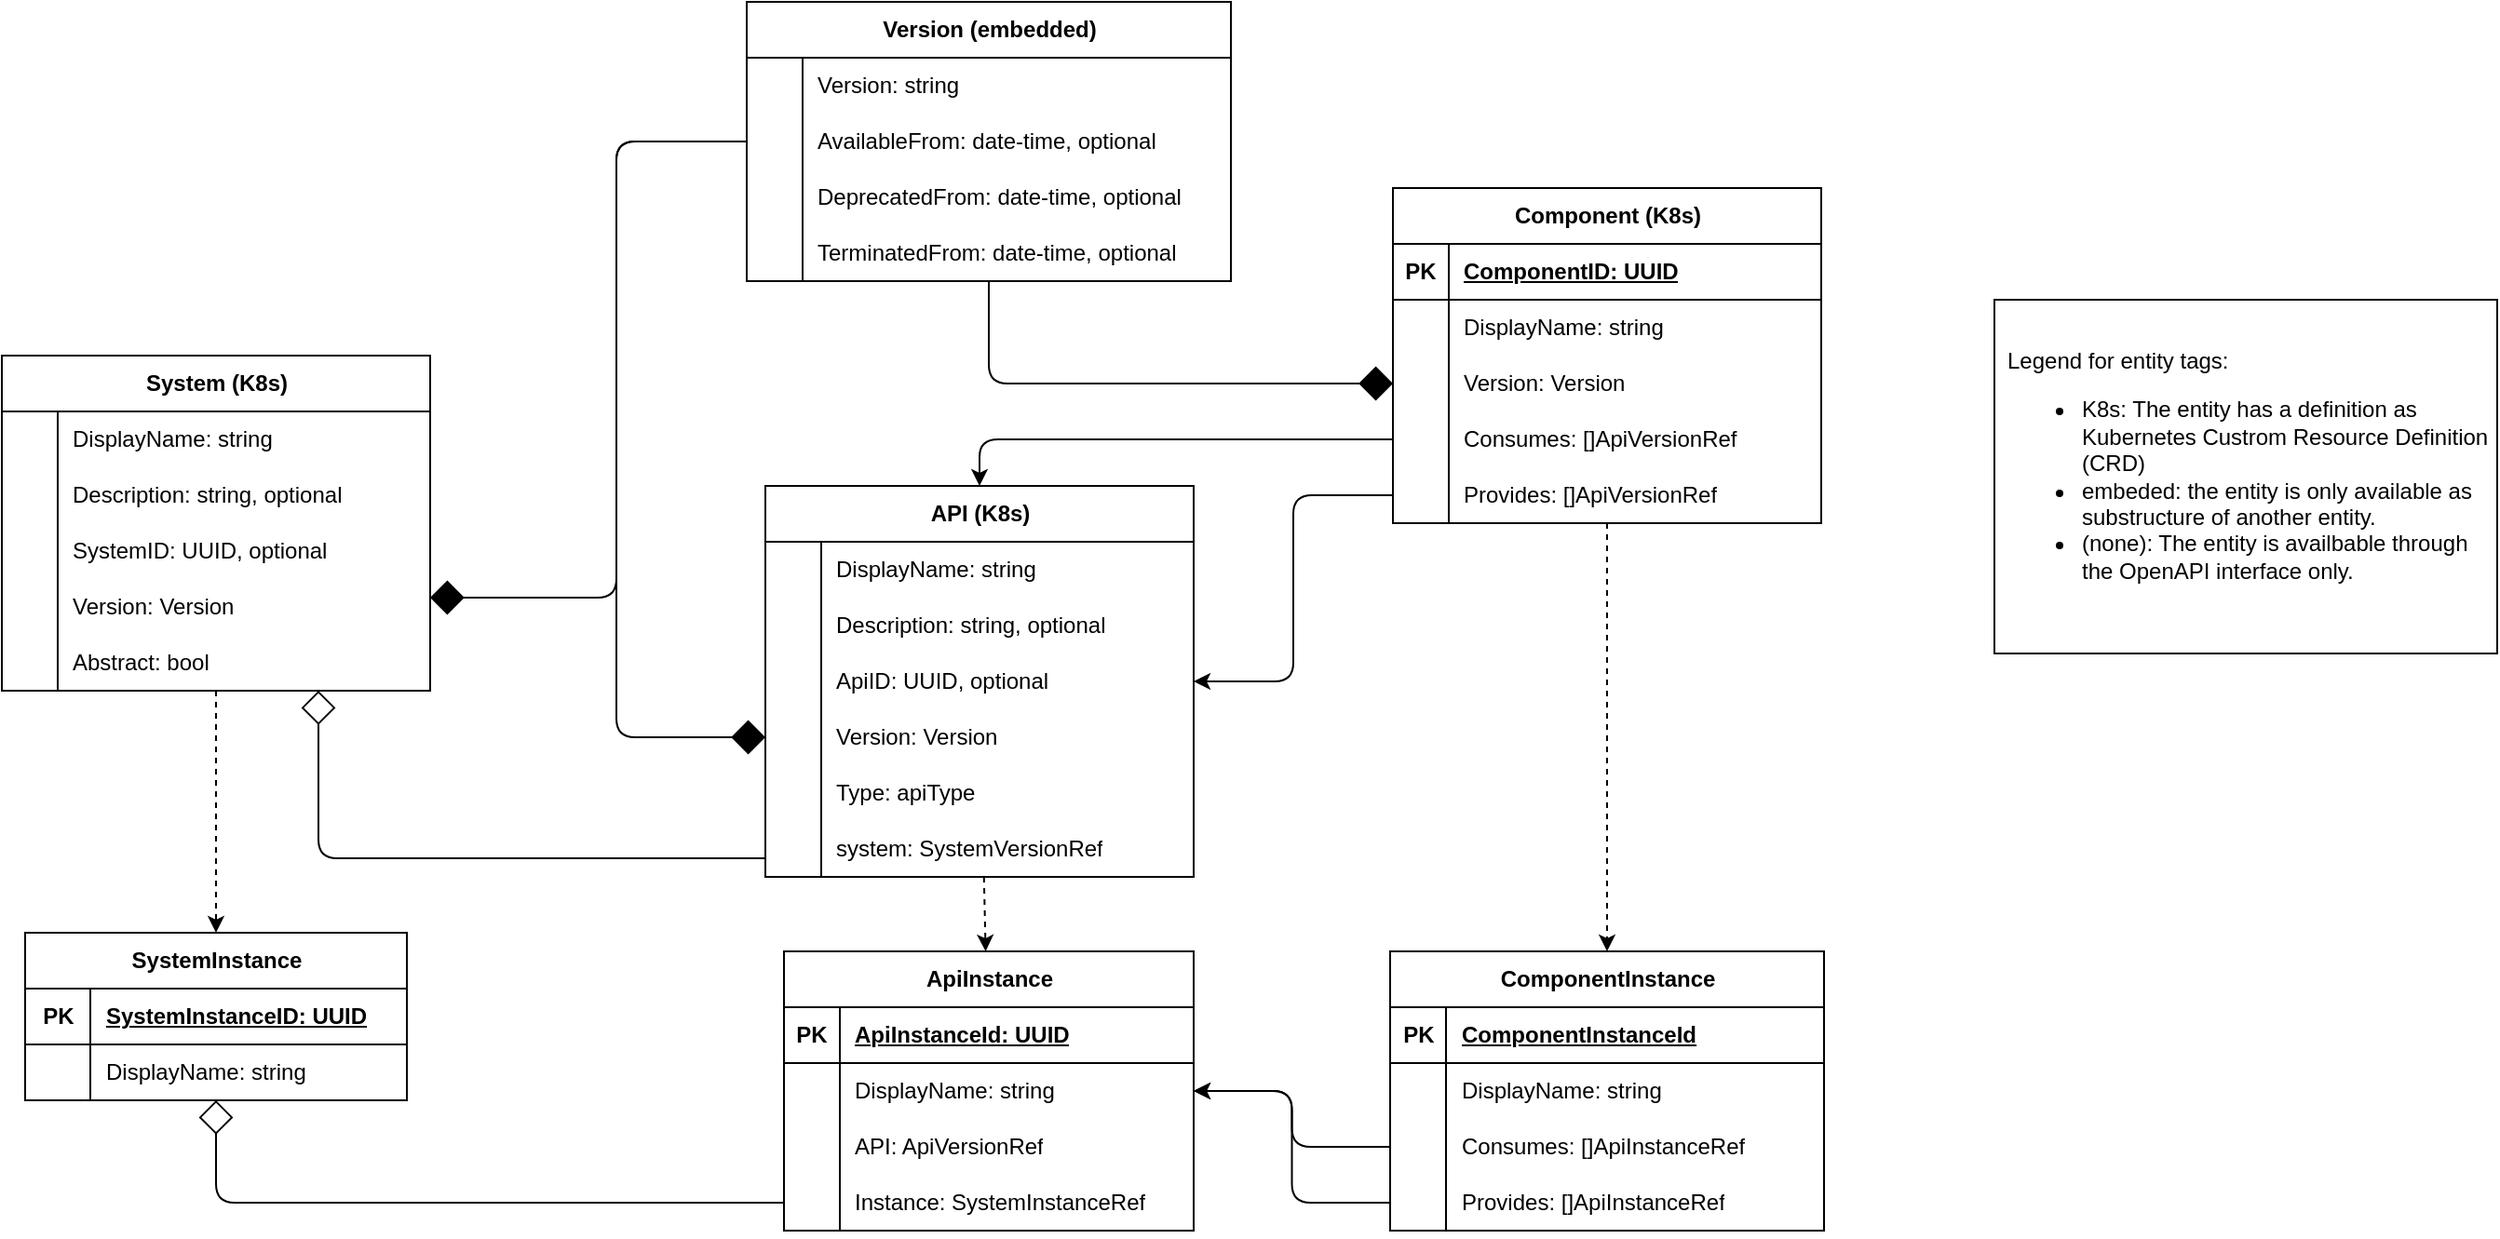
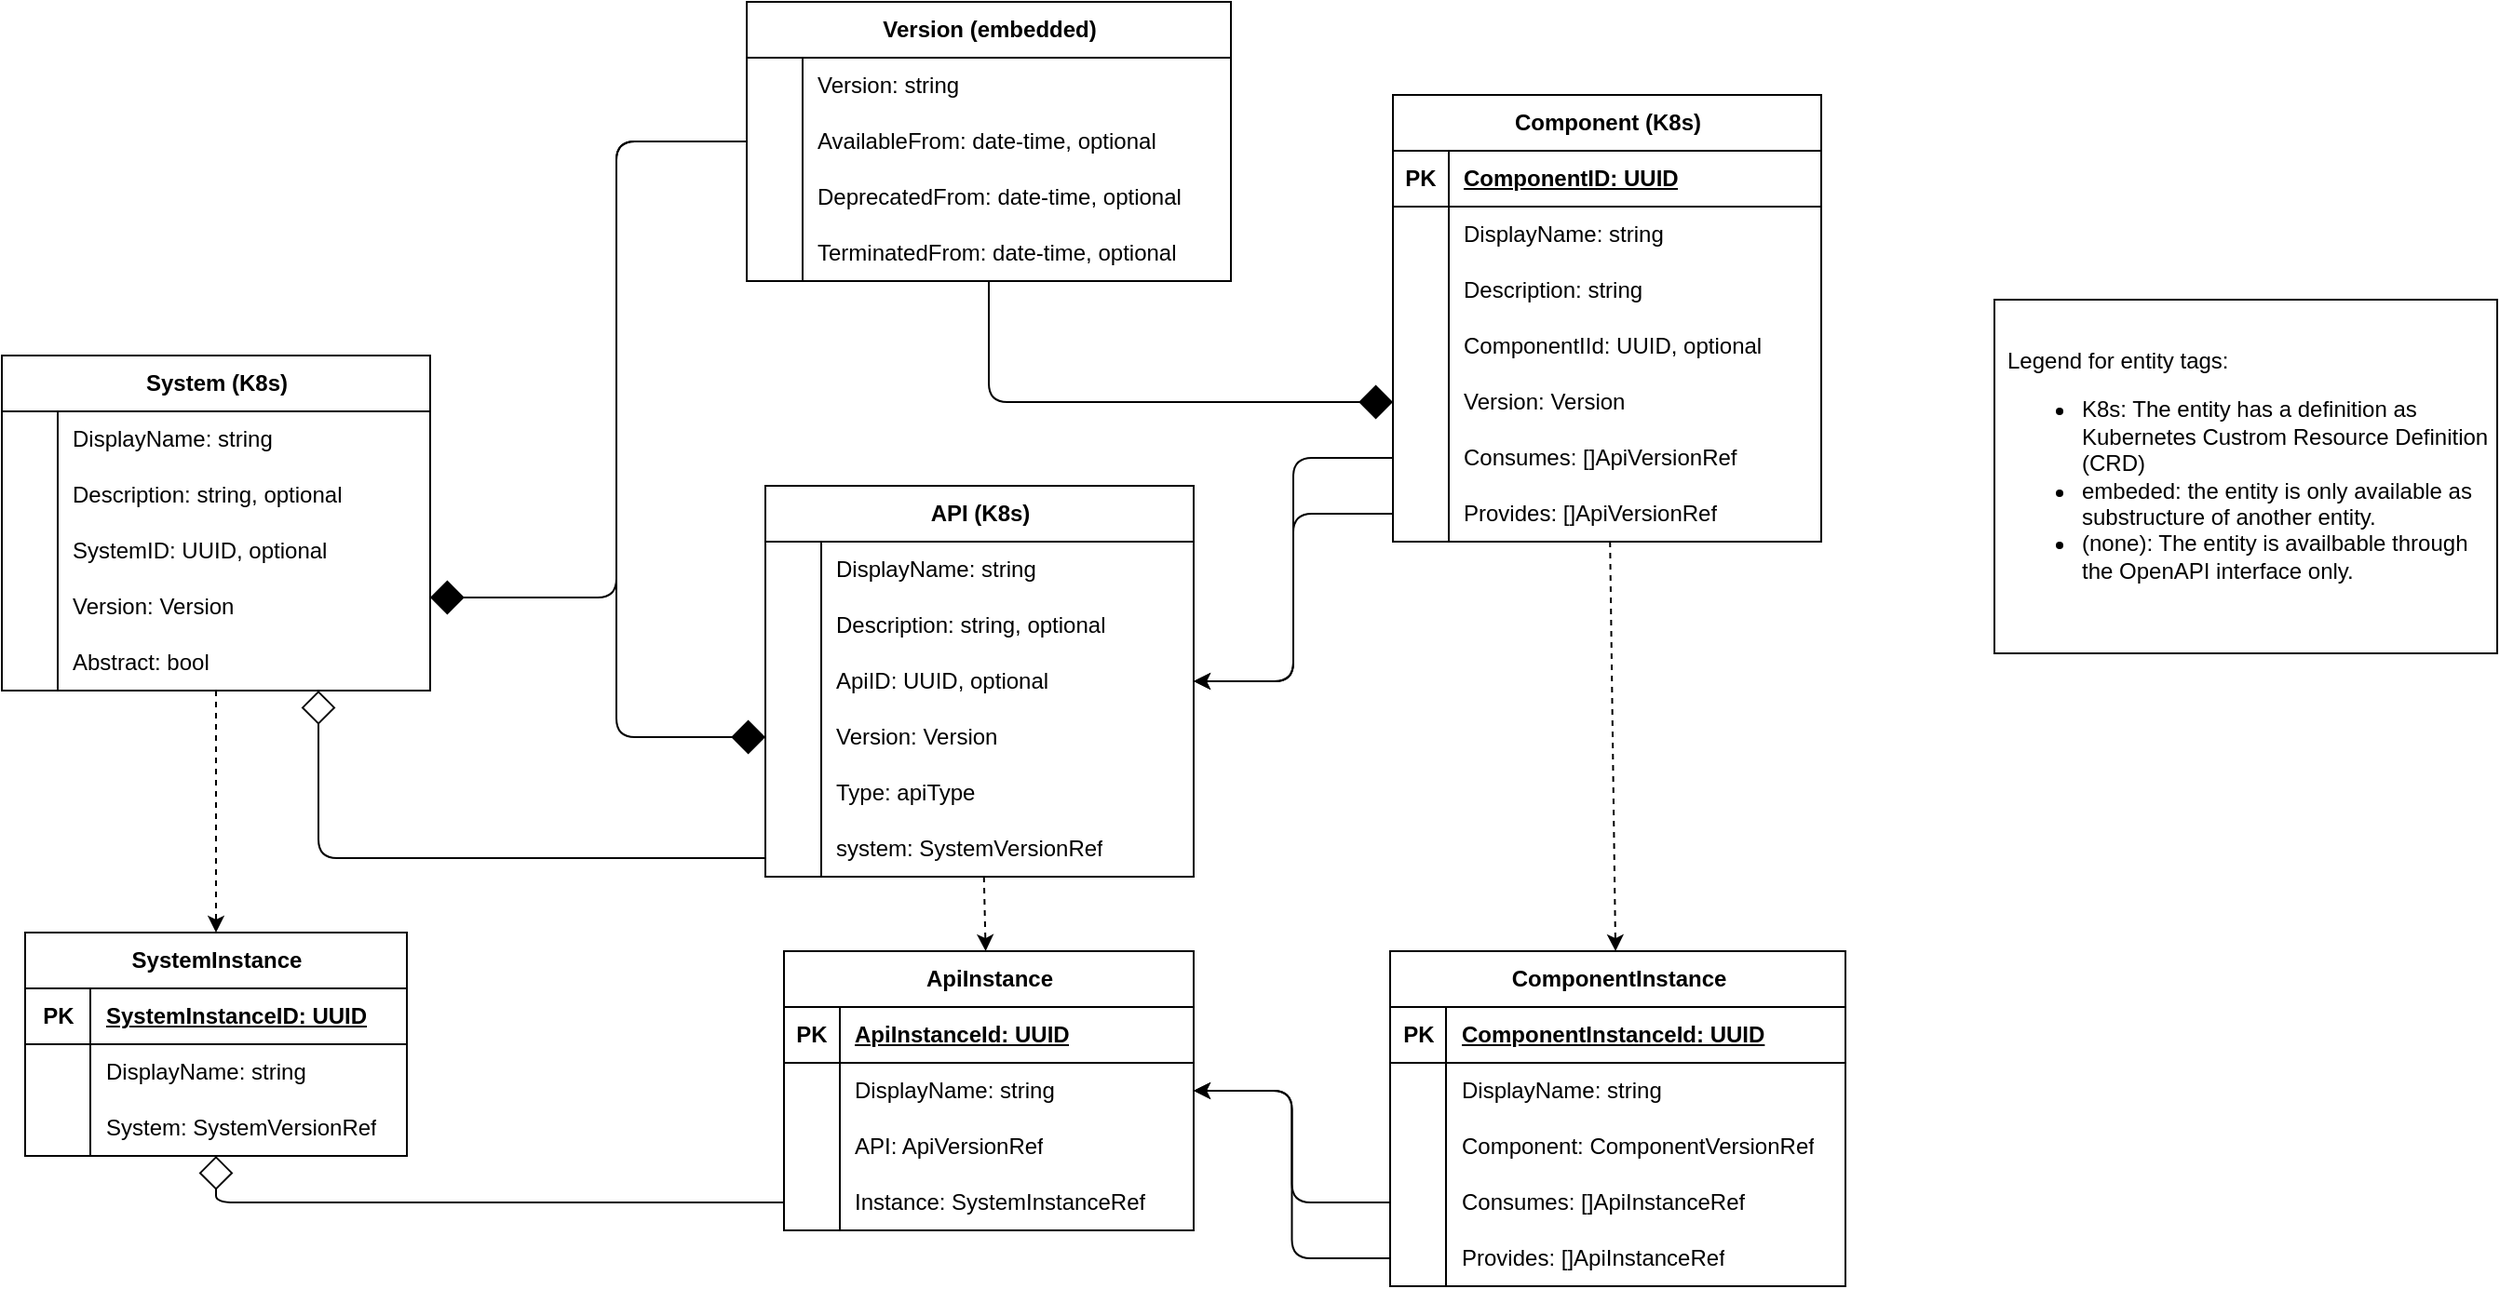
<mxfile host="65bd71144e">
    <diagram id="egGxFhZj15wtIb_rM2Mn" name="Phase 1">
        <mxGraphModel dx="2337" dy="1698" grid="1" gridSize="10" guides="1" tooltips="1" connect="1" arrows="1" fold="1" page="1" pageScale="1" pageWidth="827" pageHeight="1169" math="0" shadow="0">
            <root>
                <mxCell id="0"/>
                <mxCell id="1" parent="0"/>
                <mxCell id="129" style="edgeStyle=none;html=1;dashed=1;" edge="1" parent="1" source="2" target="107">
                    <mxGeometry relative="1" as="geometry"/>
                </mxCell>
                <mxCell id="2" value="System (K8s)" style="shape=table;startSize=30;container=1;collapsible=1;childLayout=tableLayout;fixedRows=1;rowLines=0;fontStyle=1;align=center;resizeLast=1;html=1;" vertex="1" parent="1">
                    <mxGeometry x="-100" y="60" width="230" height="180" as="geometry"/>
                </mxCell>
                <mxCell id="6" value="" style="shape=tableRow;horizontal=0;startSize=0;swimlaneHead=0;swimlaneBody=0;fillColor=none;collapsible=0;dropTarget=0;points=[[0,0.5],[1,0.5]];portConstraint=eastwest;top=0;left=0;right=0;bottom=0;" vertex="1" parent="2">
                    <mxGeometry y="30" width="230" height="30" as="geometry"/>
                </mxCell>
                <mxCell id="7" value="" style="shape=partialRectangle;connectable=0;fillColor=none;top=0;left=0;bottom=0;right=0;editable=1;overflow=hidden;whiteSpace=wrap;html=1;" vertex="1" parent="6">
                    <mxGeometry width="30" height="30" as="geometry">
                        <mxRectangle width="30" height="30" as="alternateBounds"/>
                    </mxGeometry>
                </mxCell>
                <mxCell id="8" value="DisplayName: string" style="shape=partialRectangle;connectable=0;fillColor=none;top=0;left=0;bottom=0;right=0;align=left;spacingLeft=6;overflow=hidden;whiteSpace=wrap;html=1;" vertex="1" parent="6">
                    <mxGeometry x="30" width="200" height="30" as="geometry">
                        <mxRectangle width="200" height="30" as="alternateBounds"/>
                    </mxGeometry>
                </mxCell>
                <mxCell id="151" style="shape=tableRow;horizontal=0;startSize=0;swimlaneHead=0;swimlaneBody=0;fillColor=none;collapsible=0;dropTarget=0;points=[[0,0.5],[1,0.5]];portConstraint=eastwest;top=0;left=0;right=0;bottom=0;" vertex="1" parent="2">
                    <mxGeometry y="60" width="230" height="30" as="geometry"/>
                </mxCell>
                <mxCell id="152" style="shape=partialRectangle;connectable=0;fillColor=none;top=0;left=0;bottom=0;right=0;editable=1;overflow=hidden;whiteSpace=wrap;html=1;" vertex="1" parent="151">
                    <mxGeometry width="30" height="30" as="geometry">
                        <mxRectangle width="30" height="30" as="alternateBounds"/>
                    </mxGeometry>
                </mxCell>
                <mxCell id="153" value="Description: string, optional" style="shape=partialRectangle;connectable=0;fillColor=none;top=0;left=0;bottom=0;right=0;align=left;spacingLeft=6;overflow=hidden;whiteSpace=wrap;html=1;" vertex="1" parent="151">
                    <mxGeometry x="30" width="200" height="30" as="geometry">
                        <mxRectangle width="200" height="30" as="alternateBounds"/>
                    </mxGeometry>
                </mxCell>
                <mxCell id="123" style="shape=tableRow;horizontal=0;startSize=0;swimlaneHead=0;swimlaneBody=0;fillColor=none;collapsible=0;dropTarget=0;points=[[0,0.5],[1,0.5]];portConstraint=eastwest;top=0;left=0;right=0;bottom=0;" vertex="1" parent="2">
                    <mxGeometry y="90" width="230" height="30" as="geometry"/>
                </mxCell>
                <mxCell id="124" style="shape=partialRectangle;connectable=0;fillColor=none;top=0;left=0;bottom=0;right=0;editable=1;overflow=hidden;whiteSpace=wrap;html=1;" vertex="1" parent="123">
                    <mxGeometry width="30" height="30" as="geometry">
                        <mxRectangle width="30" height="30" as="alternateBounds"/>
                    </mxGeometry>
                </mxCell>
                <mxCell id="125" value="SystemID: UUID, optional" style="shape=partialRectangle;connectable=0;fillColor=none;top=0;left=0;bottom=0;right=0;align=left;spacingLeft=6;overflow=hidden;whiteSpace=wrap;html=1;" vertex="1" parent="123">
                    <mxGeometry x="30" width="200" height="30" as="geometry">
                        <mxRectangle width="200" height="30" as="alternateBounds"/>
                    </mxGeometry>
                </mxCell>
                <mxCell id="94" style="shape=tableRow;horizontal=0;startSize=0;swimlaneHead=0;swimlaneBody=0;fillColor=none;collapsible=0;dropTarget=0;points=[[0,0.5],[1,0.5]];portConstraint=eastwest;top=0;left=0;right=0;bottom=0;" vertex="1" parent="2">
                    <mxGeometry y="120" width="230" height="30" as="geometry"/>
                </mxCell>
                <mxCell id="95" style="shape=partialRectangle;connectable=0;fillColor=none;top=0;left=0;bottom=0;right=0;editable=1;overflow=hidden;whiteSpace=wrap;html=1;" vertex="1" parent="94">
                    <mxGeometry width="30" height="30" as="geometry">
                        <mxRectangle width="30" height="30" as="alternateBounds"/>
                    </mxGeometry>
                </mxCell>
                <mxCell id="96" value="Version: Version" style="shape=partialRectangle;connectable=0;fillColor=none;top=0;left=0;bottom=0;right=0;align=left;spacingLeft=6;overflow=hidden;whiteSpace=wrap;html=1;" vertex="1" parent="94">
                    <mxGeometry x="30" width="200" height="30" as="geometry">
                        <mxRectangle width="200" height="30" as="alternateBounds"/>
                    </mxGeometry>
                </mxCell>
                <mxCell id="157" style="shape=tableRow;horizontal=0;startSize=0;swimlaneHead=0;swimlaneBody=0;fillColor=none;collapsible=0;dropTarget=0;points=[[0,0.5],[1,0.5]];portConstraint=eastwest;top=0;left=0;right=0;bottom=0;" vertex="1" parent="2">
                    <mxGeometry y="150" width="230" height="30" as="geometry"/>
                </mxCell>
                <mxCell id="158" style="shape=partialRectangle;connectable=0;fillColor=none;top=0;left=0;bottom=0;right=0;editable=1;overflow=hidden;whiteSpace=wrap;html=1;" vertex="1" parent="157">
                    <mxGeometry width="30" height="30" as="geometry">
                        <mxRectangle width="30" height="30" as="alternateBounds"/>
                    </mxGeometry>
                </mxCell>
                <mxCell id="159" value="Abstract: bool" style="shape=partialRectangle;connectable=0;fillColor=none;top=0;left=0;bottom=0;right=0;align=left;spacingLeft=6;overflow=hidden;whiteSpace=wrap;html=1;" vertex="1" parent="157">
                    <mxGeometry x="30" width="200" height="30" as="geometry">
                        <mxRectangle width="200" height="30" as="alternateBounds"/>
                    </mxGeometry>
                </mxCell>
                <mxCell id="99" style="edgeStyle=none;html=1;dashed=1;" edge="1" parent="1" source="30" target="44">
                    <mxGeometry relative="1" as="geometry"/>
                </mxCell>
                <mxCell id="30" value="API (K8s)" style="shape=table;startSize=30;container=1;collapsible=1;childLayout=tableLayout;fixedRows=1;rowLines=0;fontStyle=1;align=center;resizeLast=1;html=1;" vertex="1" parent="1">
                    <mxGeometry x="310" y="130" width="230" height="210" as="geometry"/>
                </mxCell>
                <mxCell id="34" value="" style="shape=tableRow;horizontal=0;startSize=0;swimlaneHead=0;swimlaneBody=0;fillColor=none;collapsible=0;dropTarget=0;points=[[0,0.5],[1,0.5]];portConstraint=eastwest;top=0;left=0;right=0;bottom=0;" vertex="1" parent="30">
                    <mxGeometry y="30" width="230" height="30" as="geometry"/>
                </mxCell>
                <mxCell id="35" value="" style="shape=partialRectangle;connectable=0;fillColor=none;top=0;left=0;bottom=0;right=0;editable=1;overflow=hidden;whiteSpace=wrap;html=1;" vertex="1" parent="34">
                    <mxGeometry width="30" height="30" as="geometry">
                        <mxRectangle width="30" height="30" as="alternateBounds"/>
                    </mxGeometry>
                </mxCell>
                <mxCell id="36" value="DisplayName: string" style="shape=partialRectangle;connectable=0;fillColor=none;top=0;left=0;bottom=0;right=0;align=left;spacingLeft=6;overflow=hidden;whiteSpace=wrap;html=1;" vertex="1" parent="34">
                    <mxGeometry x="30" width="200" height="30" as="geometry">
                        <mxRectangle width="200" height="30" as="alternateBounds"/>
                    </mxGeometry>
                </mxCell>
                <mxCell id="154" style="shape=tableRow;horizontal=0;startSize=0;swimlaneHead=0;swimlaneBody=0;fillColor=none;collapsible=0;dropTarget=0;points=[[0,0.5],[1,0.5]];portConstraint=eastwest;top=0;left=0;right=0;bottom=0;" vertex="1" parent="30">
                    <mxGeometry y="60" width="230" height="30" as="geometry"/>
                </mxCell>
                <mxCell id="155" style="shape=partialRectangle;connectable=0;fillColor=none;top=0;left=0;bottom=0;right=0;editable=1;overflow=hidden;whiteSpace=wrap;html=1;" vertex="1" parent="154">
                    <mxGeometry width="30" height="30" as="geometry">
                        <mxRectangle width="30" height="30" as="alternateBounds"/>
                    </mxGeometry>
                </mxCell>
                <mxCell id="156" value="Description: string, optional" style="shape=partialRectangle;connectable=0;fillColor=none;top=0;left=0;bottom=0;right=0;align=left;spacingLeft=6;overflow=hidden;whiteSpace=wrap;html=1;" vertex="1" parent="154">
                    <mxGeometry x="30" width="200" height="30" as="geometry">
                        <mxRectangle width="200" height="30" as="alternateBounds"/>
                    </mxGeometry>
                </mxCell>
                <mxCell id="126" style="shape=tableRow;horizontal=0;startSize=0;swimlaneHead=0;swimlaneBody=0;fillColor=none;collapsible=0;dropTarget=0;points=[[0,0.5],[1,0.5]];portConstraint=eastwest;top=0;left=0;right=0;bottom=0;" vertex="1" parent="30">
                    <mxGeometry y="90" width="230" height="30" as="geometry"/>
                </mxCell>
                <mxCell id="127" style="shape=partialRectangle;connectable=0;fillColor=none;top=0;left=0;bottom=0;right=0;editable=1;overflow=hidden;whiteSpace=wrap;html=1;" vertex="1" parent="126">
                    <mxGeometry width="30" height="30" as="geometry">
                        <mxRectangle width="30" height="30" as="alternateBounds"/>
                    </mxGeometry>
                </mxCell>
                <mxCell id="128" value="ApiID: UUID, optional" style="shape=partialRectangle;connectable=0;fillColor=none;top=0;left=0;bottom=0;right=0;align=left;spacingLeft=6;overflow=hidden;whiteSpace=wrap;html=1;" vertex="1" parent="126">
                    <mxGeometry x="30" width="200" height="30" as="geometry">
                        <mxRectangle width="200" height="30" as="alternateBounds"/>
                    </mxGeometry>
                </mxCell>
                <mxCell id="89" style="shape=tableRow;horizontal=0;startSize=0;swimlaneHead=0;swimlaneBody=0;fillColor=none;collapsible=0;dropTarget=0;points=[[0,0.5],[1,0.5]];portConstraint=eastwest;top=0;left=0;right=0;bottom=0;" vertex="1" parent="30">
                    <mxGeometry y="120" width="230" height="30" as="geometry"/>
                </mxCell>
                <mxCell id="90" style="shape=partialRectangle;connectable=0;fillColor=none;top=0;left=0;bottom=0;right=0;editable=1;overflow=hidden;whiteSpace=wrap;html=1;" vertex="1" parent="89">
                    <mxGeometry width="30" height="30" as="geometry">
                        <mxRectangle width="30" height="30" as="alternateBounds"/>
                    </mxGeometry>
                </mxCell>
                <mxCell id="91" value="Version: Version" style="shape=partialRectangle;connectable=0;fillColor=none;top=0;left=0;bottom=0;right=0;align=left;spacingLeft=6;overflow=hidden;whiteSpace=wrap;html=1;" vertex="1" parent="89">
                    <mxGeometry x="30" width="200" height="30" as="geometry">
                        <mxRectangle width="200" height="30" as="alternateBounds"/>
                    </mxGeometry>
                </mxCell>
                <mxCell id="37" value="" style="shape=tableRow;horizontal=0;startSize=0;swimlaneHead=0;swimlaneBody=0;fillColor=none;collapsible=0;dropTarget=0;points=[[0,0.5],[1,0.5]];portConstraint=eastwest;top=0;left=0;right=0;bottom=0;" vertex="1" parent="30">
                    <mxGeometry y="150" width="230" height="30" as="geometry"/>
                </mxCell>
                <mxCell id="38" value="" style="shape=partialRectangle;connectable=0;fillColor=none;top=0;left=0;bottom=0;right=0;editable=1;overflow=hidden;whiteSpace=wrap;html=1;" vertex="1" parent="37">
                    <mxGeometry width="30" height="30" as="geometry">
                        <mxRectangle width="30" height="30" as="alternateBounds"/>
                    </mxGeometry>
                </mxCell>
                <mxCell id="39" value="Type: apiType" style="shape=partialRectangle;connectable=0;fillColor=none;top=0;left=0;bottom=0;right=0;align=left;spacingLeft=6;overflow=hidden;whiteSpace=wrap;html=1;" vertex="1" parent="37">
                    <mxGeometry x="30" width="200" height="30" as="geometry">
                        <mxRectangle width="200" height="30" as="alternateBounds"/>
                    </mxGeometry>
                </mxCell>
                <mxCell id="40" value="" style="shape=tableRow;horizontal=0;startSize=0;swimlaneHead=0;swimlaneBody=0;fillColor=none;collapsible=0;dropTarget=0;points=[[0,0.5],[1,0.5]];portConstraint=eastwest;top=0;left=0;right=0;bottom=0;" vertex="1" parent="30">
                    <mxGeometry y="180" width="230" height="30" as="geometry"/>
                </mxCell>
                <mxCell id="41" value="" style="shape=partialRectangle;connectable=0;fillColor=none;top=0;left=0;bottom=0;right=0;editable=1;overflow=hidden;whiteSpace=wrap;html=1;" vertex="1" parent="40">
                    <mxGeometry width="30" height="30" as="geometry">
                        <mxRectangle width="30" height="30" as="alternateBounds"/>
                    </mxGeometry>
                </mxCell>
                <mxCell id="42" value="system: SystemVersionRef" style="shape=partialRectangle;connectable=0;fillColor=none;top=0;left=0;bottom=0;right=0;align=left;spacingLeft=6;overflow=hidden;whiteSpace=wrap;html=1;" vertex="1" parent="40">
                    <mxGeometry x="30" width="200" height="30" as="geometry">
                        <mxRectangle width="200" height="30" as="alternateBounds"/>
                    </mxGeometry>
                </mxCell>
                <mxCell id="43" style="edgeStyle=orthogonalEdgeStyle;html=1;endArrow=diamond;endFill=0;endSize=16;" edge="1" parent="1" source="40" target="2">
                    <mxGeometry relative="1" as="geometry">
                        <Array as="points">
                            <mxPoint x="70" y="330"/>
                        </Array>
                    </mxGeometry>
                </mxCell>
                <mxCell id="44" value="ApiInstance" style="shape=table;startSize=30;container=1;collapsible=1;childLayout=tableLayout;fixedRows=1;rowLines=0;fontStyle=1;align=center;resizeLast=1;html=1;" vertex="1" parent="1">
                    <mxGeometry x="320" y="380" width="220" height="150" as="geometry"/>
                </mxCell>
                <mxCell id="45" value="" style="shape=tableRow;horizontal=0;startSize=0;swimlaneHead=0;swimlaneBody=0;fillColor=none;collapsible=0;dropTarget=0;points=[[0,0.5],[1,0.5]];portConstraint=eastwest;top=0;left=0;right=0;bottom=1;" vertex="1" parent="44">
                    <mxGeometry y="30" width="220" height="30" as="geometry"/>
                </mxCell>
                <mxCell id="46" value="PK" style="shape=partialRectangle;connectable=0;fillColor=none;top=0;left=0;bottom=0;right=0;fontStyle=1;overflow=hidden;whiteSpace=wrap;html=1;" vertex="1" parent="45">
                    <mxGeometry width="30" height="30" as="geometry">
                        <mxRectangle width="30" height="30" as="alternateBounds"/>
                    </mxGeometry>
                </mxCell>
                <mxCell id="47" value="ApiInstanceId: UUID" style="shape=partialRectangle;connectable=0;fillColor=none;top=0;left=0;bottom=0;right=0;align=left;spacingLeft=6;fontStyle=5;overflow=hidden;whiteSpace=wrap;html=1;" vertex="1" parent="45">
                    <mxGeometry x="30" width="190" height="30" as="geometry">
                        <mxRectangle width="190" height="30" as="alternateBounds"/>
                    </mxGeometry>
                </mxCell>
                <mxCell id="48" value="" style="shape=tableRow;horizontal=0;startSize=0;swimlaneHead=0;swimlaneBody=0;fillColor=none;collapsible=0;dropTarget=0;points=[[0,0.5],[1,0.5]];portConstraint=eastwest;top=0;left=0;right=0;bottom=0;" vertex="1" parent="44">
                    <mxGeometry y="60" width="220" height="30" as="geometry"/>
                </mxCell>
                <mxCell id="49" value="" style="shape=partialRectangle;connectable=0;fillColor=none;top=0;left=0;bottom=0;right=0;editable=1;overflow=hidden;whiteSpace=wrap;html=1;" vertex="1" parent="48">
                    <mxGeometry width="30" height="30" as="geometry">
                        <mxRectangle width="30" height="30" as="alternateBounds"/>
                    </mxGeometry>
                </mxCell>
                <mxCell id="50" value="DisplayName: string" style="shape=partialRectangle;connectable=0;fillColor=none;top=0;left=0;bottom=0;right=0;align=left;spacingLeft=6;overflow=hidden;whiteSpace=wrap;html=1;" vertex="1" parent="48">
                    <mxGeometry x="30" width="190" height="30" as="geometry">
                        <mxRectangle width="190" height="30" as="alternateBounds"/>
                    </mxGeometry>
                </mxCell>
                <mxCell id="51" value="" style="shape=tableRow;horizontal=0;startSize=0;swimlaneHead=0;swimlaneBody=0;fillColor=none;collapsible=0;dropTarget=0;points=[[0,0.5],[1,0.5]];portConstraint=eastwest;top=0;left=0;right=0;bottom=0;" vertex="1" parent="44">
                    <mxGeometry y="90" width="220" height="30" as="geometry"/>
                </mxCell>
                <mxCell id="52" value="" style="shape=partialRectangle;connectable=0;fillColor=none;top=0;left=0;bottom=0;right=0;editable=1;overflow=hidden;whiteSpace=wrap;html=1;" vertex="1" parent="51">
                    <mxGeometry width="30" height="30" as="geometry">
                        <mxRectangle width="30" height="30" as="alternateBounds"/>
                    </mxGeometry>
                </mxCell>
                <mxCell id="53" value="API: ApiVersionRef" style="shape=partialRectangle;connectable=0;fillColor=none;top=0;left=0;bottom=0;right=0;align=left;spacingLeft=6;overflow=hidden;whiteSpace=wrap;html=1;" vertex="1" parent="51">
                    <mxGeometry x="30" width="190" height="30" as="geometry">
                        <mxRectangle width="190" height="30" as="alternateBounds"/>
                    </mxGeometry>
                </mxCell>
                <mxCell id="54" value="" style="shape=tableRow;horizontal=0;startSize=0;swimlaneHead=0;swimlaneBody=0;fillColor=none;collapsible=0;dropTarget=0;points=[[0,0.5],[1,0.5]];portConstraint=eastwest;top=0;left=0;right=0;bottom=0;" vertex="1" parent="44">
                    <mxGeometry y="120" width="220" height="30" as="geometry"/>
                </mxCell>
                <mxCell id="55" value="" style="shape=partialRectangle;connectable=0;fillColor=none;top=0;left=0;bottom=0;right=0;editable=1;overflow=hidden;whiteSpace=wrap;html=1;" vertex="1" parent="54">
                    <mxGeometry width="30" height="30" as="geometry">
                        <mxRectangle width="30" height="30" as="alternateBounds"/>
                    </mxGeometry>
                </mxCell>
                <mxCell id="56" value="Instance: SystemInstanceRef" style="shape=partialRectangle;connectable=0;fillColor=none;top=0;left=0;bottom=0;right=0;align=left;spacingLeft=6;overflow=hidden;whiteSpace=wrap;html=1;" vertex="1" parent="54">
                    <mxGeometry x="30" width="190" height="30" as="geometry">
                        <mxRectangle width="190" height="30" as="alternateBounds"/>
                    </mxGeometry>
                </mxCell>
                <mxCell id="148" style="edgeStyle=none;html=1;dashed=1;" edge="1" parent="1" source="60" target="133">
                    <mxGeometry relative="1" as="geometry"/>
                </mxCell>
                <mxCell id="60" value="Component (K8s)" style="shape=table;startSize=30;container=1;collapsible=1;childLayout=tableLayout;fixedRows=1;rowLines=0;fontStyle=1;align=center;resizeLast=1;html=1;" vertex="1" parent="1">
-                     <mxGeometry x="647" y="-30" width="230" height="180" as="geometry"/>
+                     <mxGeometry x="647" y="-80" width="230" height="240" as="geometry"/>
                </mxCell>
                <mxCell id="104" value="" style="shape=tableRow;horizontal=0;startSize=0;swimlaneHead=0;swimlaneBody=0;fillColor=none;collapsible=0;dropTarget=0;points=[[0,0.5],[1,0.5]];portConstraint=eastwest;top=0;left=0;right=0;bottom=1;" vertex="1" parent="60">
                    <mxGeometry y="30" width="230" height="30" as="geometry"/>
                </mxCell>
                <mxCell id="105" value="PK" style="shape=partialRectangle;connectable=0;fillColor=none;top=0;left=0;bottom=0;right=0;fontStyle=1;overflow=hidden;whiteSpace=wrap;html=1;" vertex="1" parent="104">
                    <mxGeometry width="30" height="30" as="geometry">
                        <mxRectangle width="30" height="30" as="alternateBounds"/>
                    </mxGeometry>
                </mxCell>
                <mxCell id="106" value="ComponentID: UUID" style="shape=partialRectangle;connectable=0;fillColor=none;top=0;left=0;bottom=0;right=0;align=left;spacingLeft=6;fontStyle=5;overflow=hidden;whiteSpace=wrap;html=1;" vertex="1" parent="104">
                    <mxGeometry x="30" width="200" height="30" as="geometry">
                        <mxRectangle width="200" height="30" as="alternateBounds"/>
                    </mxGeometry>
                </mxCell>
                <mxCell id="64" value="" style="shape=tableRow;horizontal=0;startSize=0;swimlaneHead=0;swimlaneBody=0;fillColor=none;collapsible=0;dropTarget=0;points=[[0,0.5],[1,0.5]];portConstraint=eastwest;top=0;left=0;right=0;bottom=0;" vertex="1" parent="60">
                    <mxGeometry y="60" width="230" height="30" as="geometry"/>
                </mxCell>
                <mxCell id="65" value="" style="shape=partialRectangle;connectable=0;fillColor=none;top=0;left=0;bottom=0;right=0;editable=1;overflow=hidden;whiteSpace=wrap;html=1;" vertex="1" parent="64">
                    <mxGeometry width="30" height="30" as="geometry">
                        <mxRectangle width="30" height="30" as="alternateBounds"/>
                    </mxGeometry>
                </mxCell>
                <mxCell id="66" value="DisplayName: string" style="shape=partialRectangle;connectable=0;fillColor=none;top=0;left=0;bottom=0;right=0;align=left;spacingLeft=6;overflow=hidden;whiteSpace=wrap;html=1;" vertex="1" parent="64">
                    <mxGeometry x="30" width="200" height="30" as="geometry">
                        <mxRectangle width="200" height="30" as="alternateBounds"/>
                    </mxGeometry>
                </mxCell>
+                 <mxCell id="163" style="shape=tableRow;horizontal=0;startSize=0;swimlaneHead=0;swimlaneBody=0;fillColor=none;collapsible=0;dropTarget=0;points=[[0,0.5],[1,0.5]];portConstraint=eastwest;top=0;left=0;right=0;bottom=0;" vertex="1" parent="60">
+                     <mxGeometry y="90" width="230" height="30" as="geometry"/>
+                 </mxCell>
+                 <mxCell id="164" style="shape=partialRectangle;connectable=0;fillColor=none;top=0;left=0;bottom=0;right=0;editable=1;overflow=hidden;whiteSpace=wrap;html=1;" vertex="1" parent="163">
+                     <mxGeometry width="30" height="30" as="geometry">
+                         <mxRectangle width="30" height="30" as="alternateBounds"/>
+                     </mxGeometry>
+                 </mxCell>
+                 <mxCell id="165" value="Description: string" style="shape=partialRectangle;connectable=0;fillColor=none;top=0;left=0;bottom=0;right=0;align=left;spacingLeft=6;overflow=hidden;whiteSpace=wrap;html=1;" vertex="1" parent="163">
+                     <mxGeometry x="30" width="200" height="30" as="geometry">
+                         <mxRectangle width="200" height="30" as="alternateBounds"/>
+                     </mxGeometry>
+                 </mxCell>
+                 <mxCell id="160" style="shape=tableRow;horizontal=0;startSize=0;swimlaneHead=0;swimlaneBody=0;fillColor=none;collapsible=0;dropTarget=0;points=[[0,0.5],[1,0.5]];portConstraint=eastwest;top=0;left=0;right=0;bottom=0;" vertex="1" parent="60">
+                     <mxGeometry y="120" width="230" height="30" as="geometry"/>
+                 </mxCell>
+                 <mxCell id="161" style="shape=partialRectangle;connectable=0;fillColor=none;top=0;left=0;bottom=0;right=0;editable=1;overflow=hidden;whiteSpace=wrap;html=1;" vertex="1" parent="160">
+                     <mxGeometry width="30" height="30" as="geometry">
+                         <mxRectangle width="30" height="30" as="alternateBounds"/>
+                     </mxGeometry>
+                 </mxCell>
+                 <mxCell id="162" value="ComponentIId: UUID, optional" style="shape=partialRectangle;connectable=0;fillColor=none;top=0;left=0;bottom=0;right=0;align=left;spacingLeft=6;overflow=hidden;whiteSpace=wrap;html=1;" vertex="1" parent="160">
+                     <mxGeometry x="30" width="200" height="30" as="geometry">
+                         <mxRectangle width="200" height="30" as="alternateBounds"/>
+                     </mxGeometry>
+                 </mxCell>
                <mxCell id="67" value="" style="shape=tableRow;horizontal=0;startSize=0;swimlaneHead=0;swimlaneBody=0;fillColor=none;collapsible=0;dropTarget=0;points=[[0,0.5],[1,0.5]];portConstraint=eastwest;top=0;left=0;right=0;bottom=0;" vertex="1" parent="60">
-                     <mxGeometry y="90" width="230" height="30" as="geometry"/>
+                     <mxGeometry y="150" width="230" height="30" as="geometry"/>
                </mxCell>
                <mxCell id="68" value="" style="shape=partialRectangle;connectable=0;fillColor=none;top=0;left=0;bottom=0;right=0;editable=1;overflow=hidden;whiteSpace=wrap;html=1;" vertex="1" parent="67">
                    <mxGeometry width="30" height="30" as="geometry">
                        <mxRectangle width="30" height="30" as="alternateBounds"/>
                    </mxGeometry>
                </mxCell>
                <mxCell id="69" value="Version: Version" style="shape=partialRectangle;connectable=0;fillColor=none;top=0;left=0;bottom=0;right=0;align=left;spacingLeft=6;overflow=hidden;whiteSpace=wrap;html=1;" vertex="1" parent="67">
                    <mxGeometry x="30" width="200" height="30" as="geometry">
                        <mxRectangle width="200" height="30" as="alternateBounds"/>
                    </mxGeometry>
                </mxCell>
                <mxCell id="70" value="" style="shape=tableRow;horizontal=0;startSize=0;swimlaneHead=0;swimlaneBody=0;fillColor=none;collapsible=0;dropTarget=0;points=[[0,0.5],[1,0.5]];portConstraint=eastwest;top=0;left=0;right=0;bottom=0;" vertex="1" parent="60">
-                     <mxGeometry y="120" width="230" height="30" as="geometry"/>
+                     <mxGeometry y="180" width="230" height="30" as="geometry"/>
                </mxCell>
                <mxCell id="71" value="" style="shape=partialRectangle;connectable=0;fillColor=none;top=0;left=0;bottom=0;right=0;editable=1;overflow=hidden;whiteSpace=wrap;html=1;" vertex="1" parent="70">
                    <mxGeometry width="30" height="30" as="geometry">
                        <mxRectangle width="30" height="30" as="alternateBounds"/>
                    </mxGeometry>
                </mxCell>
                <mxCell id="72" value="Consumes: []ApiVersionRef" style="shape=partialRectangle;connectable=0;fillColor=none;top=0;left=0;bottom=0;right=0;align=left;spacingLeft=6;overflow=hidden;whiteSpace=wrap;html=1;" vertex="1" parent="70">
                    <mxGeometry x="30" width="200" height="30" as="geometry">
                        <mxRectangle width="200" height="30" as="alternateBounds"/>
                    </mxGeometry>
                </mxCell>
                <mxCell id="100" style="shape=tableRow;horizontal=0;startSize=0;swimlaneHead=0;swimlaneBody=0;fillColor=none;collapsible=0;dropTarget=0;points=[[0,0.5],[1,0.5]];portConstraint=eastwest;top=0;left=0;right=0;bottom=0;" vertex="1" parent="60">
-                     <mxGeometry y="150" width="230" height="30" as="geometry"/>
+                     <mxGeometry y="210" width="230" height="30" as="geometry"/>
                </mxCell>
                <mxCell id="101" style="shape=partialRectangle;connectable=0;fillColor=none;top=0;left=0;bottom=0;right=0;editable=1;overflow=hidden;whiteSpace=wrap;html=1;" vertex="1" parent="100">
                    <mxGeometry width="30" height="30" as="geometry">
                        <mxRectangle width="30" height="30" as="alternateBounds"/>
                    </mxGeometry>
                </mxCell>
                <mxCell id="102" value="Provides: []ApiVersionRef" style="shape=partialRectangle;connectable=0;fillColor=none;top=0;left=0;bottom=0;right=0;align=left;spacingLeft=6;overflow=hidden;whiteSpace=wrap;html=1;" vertex="1" parent="100">
                    <mxGeometry x="30" width="200" height="30" as="geometry">
                        <mxRectangle width="200" height="30" as="alternateBounds"/>
                    </mxGeometry>
                </mxCell>
                <mxCell id="73" value="Version (embedded)" style="shape=table;startSize=30;container=1;collapsible=1;childLayout=tableLayout;fixedRows=1;rowLines=0;fontStyle=1;align=center;resizeLast=1;html=1;" vertex="1" parent="1">
                    <mxGeometry x="300" y="-130" width="260" height="150" as="geometry"/>
                </mxCell>
                <mxCell id="86" style="shape=tableRow;horizontal=0;startSize=0;swimlaneHead=0;swimlaneBody=0;fillColor=none;collapsible=0;dropTarget=0;points=[[0,0.5],[1,0.5]];portConstraint=eastwest;top=0;left=0;right=0;bottom=0;" vertex="1" parent="73">
                    <mxGeometry y="30" width="260" height="30" as="geometry"/>
                </mxCell>
                <mxCell id="87" style="shape=partialRectangle;connectable=0;fillColor=none;top=0;left=0;bottom=0;right=0;editable=1;overflow=hidden;whiteSpace=wrap;html=1;" vertex="1" parent="86">
                    <mxGeometry width="30" height="30" as="geometry">
                        <mxRectangle width="30" height="30" as="alternateBounds"/>
                    </mxGeometry>
                </mxCell>
                <mxCell id="88" value="Version: string" style="shape=partialRectangle;connectable=0;fillColor=none;top=0;left=0;bottom=0;right=0;align=left;spacingLeft=6;overflow=hidden;whiteSpace=wrap;html=1;" vertex="1" parent="86">
                    <mxGeometry x="30" width="230" height="30" as="geometry">
                        <mxRectangle width="230" height="30" as="alternateBounds"/>
                    </mxGeometry>
                </mxCell>
                <mxCell id="77" value="" style="shape=tableRow;horizontal=0;startSize=0;swimlaneHead=0;swimlaneBody=0;fillColor=none;collapsible=0;dropTarget=0;points=[[0,0.5],[1,0.5]];portConstraint=eastwest;top=0;left=0;right=0;bottom=0;" vertex="1" parent="73">
                    <mxGeometry y="60" width="260" height="30" as="geometry"/>
                </mxCell>
                <mxCell id="78" value="" style="shape=partialRectangle;connectable=0;fillColor=none;top=0;left=0;bottom=0;right=0;editable=1;overflow=hidden;whiteSpace=wrap;html=1;" vertex="1" parent="77">
                    <mxGeometry width="30" height="30" as="geometry">
                        <mxRectangle width="30" height="30" as="alternateBounds"/>
                    </mxGeometry>
                </mxCell>
                <mxCell id="79" value="AvailableFrom: date-time, optional" style="shape=partialRectangle;connectable=0;fillColor=none;top=0;left=0;bottom=0;right=0;align=left;spacingLeft=6;overflow=hidden;whiteSpace=wrap;html=1;" vertex="1" parent="77">
                    <mxGeometry x="30" width="230" height="30" as="geometry">
                        <mxRectangle width="230" height="30" as="alternateBounds"/>
                    </mxGeometry>
                </mxCell>
                <mxCell id="80" value="" style="shape=tableRow;horizontal=0;startSize=0;swimlaneHead=0;swimlaneBody=0;fillColor=none;collapsible=0;dropTarget=0;points=[[0,0.5],[1,0.5]];portConstraint=eastwest;top=0;left=0;right=0;bottom=0;" vertex="1" parent="73">
                    <mxGeometry y="90" width="260" height="30" as="geometry"/>
                </mxCell>
                <mxCell id="81" value="" style="shape=partialRectangle;connectable=0;fillColor=none;top=0;left=0;bottom=0;right=0;editable=1;overflow=hidden;whiteSpace=wrap;html=1;" vertex="1" parent="80">
                    <mxGeometry width="30" height="30" as="geometry">
                        <mxRectangle width="30" height="30" as="alternateBounds"/>
                    </mxGeometry>
                </mxCell>
                <mxCell id="82" value="DeprecatedFrom: date-time, optional" style="shape=partialRectangle;connectable=0;fillColor=none;top=0;left=0;bottom=0;right=0;align=left;spacingLeft=6;overflow=hidden;whiteSpace=wrap;html=1;" vertex="1" parent="80">
                    <mxGeometry x="30" width="230" height="30" as="geometry">
                        <mxRectangle width="230" height="30" as="alternateBounds"/>
                    </mxGeometry>
                </mxCell>
                <mxCell id="83" value="" style="shape=tableRow;horizontal=0;startSize=0;swimlaneHead=0;swimlaneBody=0;fillColor=none;collapsible=0;dropTarget=0;points=[[0,0.5],[1,0.5]];portConstraint=eastwest;top=0;left=0;right=0;bottom=0;" vertex="1" parent="73">
                    <mxGeometry y="120" width="260" height="30" as="geometry"/>
                </mxCell>
                <mxCell id="84" value="" style="shape=partialRectangle;connectable=0;fillColor=none;top=0;left=0;bottom=0;right=0;editable=1;overflow=hidden;whiteSpace=wrap;html=1;" vertex="1" parent="83">
                    <mxGeometry width="30" height="30" as="geometry">
                        <mxRectangle width="30" height="30" as="alternateBounds"/>
                    </mxGeometry>
                </mxCell>
                <mxCell id="85" value="TerminatedFrom: date-time, optional" style="shape=partialRectangle;connectable=0;fillColor=none;top=0;left=0;bottom=0;right=0;align=left;spacingLeft=6;overflow=hidden;whiteSpace=wrap;html=1;" vertex="1" parent="83">
                    <mxGeometry x="30" width="230" height="30" as="geometry">
                        <mxRectangle width="230" height="30" as="alternateBounds"/>
                    </mxGeometry>
                </mxCell>
                <mxCell id="92" style="edgeStyle=orthogonalEdgeStyle;html=1;startArrow=diamond;startFill=1;endArrow=none;endFill=0;endSize=16;startSize=16;" edge="1" parent="1" source="89" target="73">
                    <mxGeometry relative="1" as="geometry">
                        <Array as="points">
                            <mxPoint x="230" y="265"/>
                            <mxPoint x="230" y="-55"/>
                        </Array>
                    </mxGeometry>
                </mxCell>
                <mxCell id="97" style="edgeStyle=orthogonalEdgeStyle;html=1;startArrow=diamond;startFill=1;endArrow=none;endFill=0;endSize=16;startSize=16;" edge="1" parent="1" source="94" target="73">
                    <mxGeometry relative="1" as="geometry">
                        <Array as="points">
                            <mxPoint x="230" y="190"/>
                            <mxPoint x="230" y="-55"/>
                        </Array>
                    </mxGeometry>
                </mxCell>
                <mxCell id="98" style="edgeStyle=orthogonalEdgeStyle;html=1;startArrow=diamond;startFill=1;endArrow=none;endFill=0;endSize=16;startSize=16;" edge="1" parent="1" source="67" target="73">
                    <mxGeometry relative="1" as="geometry"/>
                </mxCell>
                <mxCell id="107" value="SystemInstance" style="shape=table;startSize=30;container=1;collapsible=1;childLayout=tableLayout;fixedRows=1;rowLines=0;fontStyle=1;align=center;resizeLast=1;html=1;whiteSpace=wrap;" vertex="1" parent="1">
-                     <mxGeometry x="-87.5" y="370" width="205" height="90" as="geometry"/>
+                     <mxGeometry x="-87.5" y="370" width="205" height="120" as="geometry"/>
                </mxCell>
                <mxCell id="120" value="" style="shape=tableRow;horizontal=0;startSize=0;swimlaneHead=0;swimlaneBody=0;fillColor=none;collapsible=0;dropTarget=0;points=[[0,0.5],[1,0.5]];portConstraint=eastwest;top=0;left=0;right=0;bottom=1;" vertex="1" parent="107">
                    <mxGeometry y="30" width="205" height="30" as="geometry"/>
                </mxCell>
                <mxCell id="121" value="PK" style="shape=partialRectangle;connectable=0;fillColor=none;top=0;left=0;bottom=0;right=0;fontStyle=1;overflow=hidden;whiteSpace=wrap;html=1;" vertex="1" parent="120">
                    <mxGeometry width="35" height="30" as="geometry">
                        <mxRectangle width="35" height="30" as="alternateBounds"/>
                    </mxGeometry>
                </mxCell>
                <mxCell id="122" value="SystemInstanceID: UUID" style="shape=partialRectangle;connectable=0;fillColor=none;top=0;left=0;bottom=0;right=0;align=left;spacingLeft=6;fontStyle=5;overflow=hidden;whiteSpace=wrap;html=1;" vertex="1" parent="120">
                    <mxGeometry x="35" width="170" height="30" as="geometry">
                        <mxRectangle width="170" height="30" as="alternateBounds"/>
                    </mxGeometry>
                </mxCell>
                <mxCell id="114" value="" style="shape=tableRow;horizontal=0;startSize=0;swimlaneHead=0;swimlaneBody=0;fillColor=none;collapsible=0;dropTarget=0;points=[[0,0.5],[1,0.5]];portConstraint=eastwest;top=0;left=0;right=0;bottom=0;html=1;" vertex="1" parent="107">
                    <mxGeometry y="60" width="205" height="30" as="geometry"/>
                </mxCell>
                <mxCell id="115" value="" style="shape=partialRectangle;connectable=0;fillColor=none;top=0;left=0;bottom=0;right=0;editable=1;overflow=hidden;html=1;whiteSpace=wrap;" vertex="1" parent="114">
                    <mxGeometry width="35" height="30" as="geometry">
                        <mxRectangle width="35" height="30" as="alternateBounds"/>
                    </mxGeometry>
                </mxCell>
                <mxCell id="116" value="DisplayName: string" style="shape=partialRectangle;connectable=0;fillColor=none;top=0;left=0;bottom=0;right=0;align=left;spacingLeft=6;overflow=hidden;html=1;whiteSpace=wrap;" vertex="1" parent="114">
                    <mxGeometry x="35" width="170" height="30" as="geometry">
                        <mxRectangle width="170" height="30" as="alternateBounds"/>
                    </mxGeometry>
                </mxCell>
+                 <mxCell id="166" style="shape=tableRow;horizontal=0;startSize=0;swimlaneHead=0;swimlaneBody=0;fillColor=none;collapsible=0;dropTarget=0;points=[[0,0.5],[1,0.5]];portConstraint=eastwest;top=0;left=0;right=0;bottom=0;html=1;" vertex="1" parent="107">
+                     <mxGeometry y="90" width="205" height="30" as="geometry"/>
+                 </mxCell>
+                 <mxCell id="167" style="shape=partialRectangle;connectable=0;fillColor=none;top=0;left=0;bottom=0;right=0;editable=1;overflow=hidden;html=1;whiteSpace=wrap;" vertex="1" parent="166">
+                     <mxGeometry width="35" height="30" as="geometry">
+                         <mxRectangle width="35" height="30" as="alternateBounds"/>
+                     </mxGeometry>
+                 </mxCell>
+                 <mxCell id="168" value="System: SystemVersionRef" style="shape=partialRectangle;connectable=0;fillColor=none;top=0;left=0;bottom=0;right=0;align=left;spacingLeft=6;overflow=hidden;html=1;whiteSpace=wrap;" vertex="1" parent="166">
+                     <mxGeometry x="35" width="170" height="30" as="geometry">
+                         <mxRectangle width="170" height="30" as="alternateBounds"/>
+                     </mxGeometry>
+                 </mxCell>
                <mxCell id="130" style="edgeStyle=orthogonalEdgeStyle;html=1;" edge="1" parent="1" source="70" target="30">
                    <mxGeometry relative="1" as="geometry"/>
                </mxCell>
                <mxCell id="131" style="edgeStyle=orthogonalEdgeStyle;html=1;" edge="1" parent="1" source="100" target="30">
                    <mxGeometry relative="1" as="geometry"/>
                </mxCell>
                <mxCell id="132" style="edgeStyle=orthogonalEdgeStyle;html=1;endArrow=diamond;endFill=0;endSize=16;startSize=16;" edge="1" parent="1" source="54" target="107">
                    <mxGeometry relative="1" as="geometry"/>
                </mxCell>
                <mxCell id="133" value="ComponentInstance" style="shape=table;startSize=30;container=1;collapsible=1;childLayout=tableLayout;fixedRows=1;rowLines=0;fontStyle=1;align=center;resizeLast=1;html=1;" vertex="1" parent="1">
-                     <mxGeometry x="645.5" y="380" width="233" height="150" as="geometry"/>
+                     <mxGeometry x="645.5" y="380" width="244.5" height="180" as="geometry"/>
                </mxCell>
                <mxCell id="134" value="" style="shape=tableRow;horizontal=0;startSize=0;swimlaneHead=0;swimlaneBody=0;fillColor=none;collapsible=0;dropTarget=0;points=[[0,0.5],[1,0.5]];portConstraint=eastwest;top=0;left=0;right=0;bottom=1;" vertex="1" parent="133">
-                     <mxGeometry y="30" width="233" height="30" as="geometry"/>
+                     <mxGeometry y="30" width="244.5" height="30" as="geometry"/>
                </mxCell>
                <mxCell id="135" value="PK" style="shape=partialRectangle;connectable=0;fillColor=none;top=0;left=0;bottom=0;right=0;fontStyle=1;overflow=hidden;whiteSpace=wrap;html=1;" vertex="1" parent="134">
                    <mxGeometry width="30" height="30" as="geometry">
                        <mxRectangle width="30" height="30" as="alternateBounds"/>
                    </mxGeometry>
                </mxCell>
-                 <mxCell id="136" value="ComponentInstanceId" style="shape=partialRectangle;connectable=0;fillColor=none;top=0;left=0;bottom=0;right=0;align=left;spacingLeft=6;fontStyle=5;overflow=hidden;whiteSpace=wrap;html=1;" vertex="1" parent="134">
-                     <mxGeometry x="30" width="203" height="30" as="geometry">
-                         <mxRectangle width="203" height="30" as="alternateBounds"/>
+                 <mxCell id="136" value="ComponentInstanceId: UUID" style="shape=partialRectangle;connectable=0;fillColor=none;top=0;left=0;bottom=0;right=0;align=left;spacingLeft=6;fontStyle=5;overflow=hidden;whiteSpace=wrap;html=1;" vertex="1" parent="134">
+                     <mxGeometry x="30" width="214.5" height="30" as="geometry">
+                         <mxRectangle width="214.5" height="30" as="alternateBounds"/>
                    </mxGeometry>
                </mxCell>
                <mxCell id="137" value="" style="shape=tableRow;horizontal=0;startSize=0;swimlaneHead=0;swimlaneBody=0;fillColor=none;collapsible=0;dropTarget=0;points=[[0,0.5],[1,0.5]];portConstraint=eastwest;top=0;left=0;right=0;bottom=0;" vertex="1" parent="133">
-                     <mxGeometry y="60" width="233" height="30" as="geometry"/>
+                     <mxGeometry y="60" width="244.5" height="30" as="geometry"/>
                </mxCell>
                <mxCell id="138" value="" style="shape=partialRectangle;connectable=0;fillColor=none;top=0;left=0;bottom=0;right=0;editable=1;overflow=hidden;whiteSpace=wrap;html=1;" vertex="1" parent="137">
                    <mxGeometry width="30" height="30" as="geometry">
                        <mxRectangle width="30" height="30" as="alternateBounds"/>
                    </mxGeometry>
                </mxCell>
                <mxCell id="139" value="DisplayName: string" style="shape=partialRectangle;connectable=0;fillColor=none;top=0;left=0;bottom=0;right=0;align=left;spacingLeft=6;overflow=hidden;whiteSpace=wrap;html=1;" vertex="1" parent="137">
-                     <mxGeometry x="30" width="203" height="30" as="geometry">
-                         <mxRectangle width="203" height="30" as="alternateBounds"/>
+                     <mxGeometry x="30" width="214.5" height="30" as="geometry">
+                         <mxRectangle width="214.5" height="30" as="alternateBounds"/>
+                     </mxGeometry>
+                 </mxCell>
+                 <mxCell id="169" style="shape=tableRow;horizontal=0;startSize=0;swimlaneHead=0;swimlaneBody=0;fillColor=none;collapsible=0;dropTarget=0;points=[[0,0.5],[1,0.5]];portConstraint=eastwest;top=0;left=0;right=0;bottom=0;" vertex="1" parent="133">
+                     <mxGeometry y="90" width="244.5" height="30" as="geometry"/>
+                 </mxCell>
+                 <mxCell id="170" style="shape=partialRectangle;connectable=0;fillColor=none;top=0;left=0;bottom=0;right=0;editable=1;overflow=hidden;whiteSpace=wrap;html=1;" vertex="1" parent="169">
+                     <mxGeometry width="30" height="30" as="geometry">
+                         <mxRectangle width="30" height="30" as="alternateBounds"/>
+                     </mxGeometry>
+                 </mxCell>
+                 <mxCell id="171" value="Component: ComponentVersionRef" style="shape=partialRectangle;connectable=0;fillColor=none;top=0;left=0;bottom=0;right=0;align=left;spacingLeft=6;overflow=hidden;whiteSpace=wrap;html=1;" vertex="1" parent="169">
+                     <mxGeometry x="30" width="214.5" height="30" as="geometry">
+                         <mxRectangle width="214.5" height="30" as="alternateBounds"/>
                    </mxGeometry>
                </mxCell>
                <mxCell id="140" value="" style="shape=tableRow;horizontal=0;startSize=0;swimlaneHead=0;swimlaneBody=0;fillColor=none;collapsible=0;dropTarget=0;points=[[0,0.5],[1,0.5]];portConstraint=eastwest;top=0;left=0;right=0;bottom=0;" vertex="1" parent="133">
-                     <mxGeometry y="90" width="233" height="30" as="geometry"/>
+                     <mxGeometry y="120" width="244.5" height="30" as="geometry"/>
                </mxCell>
                <mxCell id="141" value="" style="shape=partialRectangle;connectable=0;fillColor=none;top=0;left=0;bottom=0;right=0;editable=1;overflow=hidden;whiteSpace=wrap;html=1;" vertex="1" parent="140">
                    <mxGeometry width="30" height="30" as="geometry">
                        <mxRectangle width="30" height="30" as="alternateBounds"/>
                    </mxGeometry>
                </mxCell>
                <mxCell id="142" value="Consumes: []ApiInstanceRef" style="shape=partialRectangle;connectable=0;fillColor=none;top=0;left=0;bottom=0;right=0;align=left;spacingLeft=6;overflow=hidden;whiteSpace=wrap;html=1;" vertex="1" parent="140">
-                     <mxGeometry x="30" width="203" height="30" as="geometry">
-                         <mxRectangle width="203" height="30" as="alternateBounds"/>
+                     <mxGeometry x="30" width="214.5" height="30" as="geometry">
+                         <mxRectangle width="214.5" height="30" as="alternateBounds"/>
                    </mxGeometry>
                </mxCell>
                <mxCell id="143" value="" style="shape=tableRow;horizontal=0;startSize=0;swimlaneHead=0;swimlaneBody=0;fillColor=none;collapsible=0;dropTarget=0;points=[[0,0.5],[1,0.5]];portConstraint=eastwest;top=0;left=0;right=0;bottom=0;" vertex="1" parent="133">
-                     <mxGeometry y="120" width="233" height="30" as="geometry"/>
+                     <mxGeometry y="150" width="244.5" height="30" as="geometry"/>
                </mxCell>
                <mxCell id="144" value="" style="shape=partialRectangle;connectable=0;fillColor=none;top=0;left=0;bottom=0;right=0;editable=1;overflow=hidden;whiteSpace=wrap;html=1;" vertex="1" parent="143">
                    <mxGeometry width="30" height="30" as="geometry">
                        <mxRectangle width="30" height="30" as="alternateBounds"/>
                    </mxGeometry>
                </mxCell>
                <mxCell id="145" value="Provides: []ApiInstanceRef" style="shape=partialRectangle;connectable=0;fillColor=none;top=0;left=0;bottom=0;right=0;align=left;spacingLeft=6;overflow=hidden;whiteSpace=wrap;html=1;" vertex="1" parent="143">
-                     <mxGeometry x="30" width="203" height="30" as="geometry">
-                         <mxRectangle width="203" height="30" as="alternateBounds"/>
+                     <mxGeometry x="30" width="214.5" height="30" as="geometry">
+                         <mxRectangle width="214.5" height="30" as="alternateBounds"/>
                    </mxGeometry>
                </mxCell>
                <mxCell id="146" style="edgeStyle=orthogonalEdgeStyle;html=1;" edge="1" parent="1" source="140" target="44">
                    <mxGeometry relative="1" as="geometry"/>
                </mxCell>
                <mxCell id="147" style="edgeStyle=orthogonalEdgeStyle;html=1;" edge="1" parent="1" source="143" target="44">
                    <mxGeometry relative="1" as="geometry"/>
                </mxCell>
                <mxCell id="150" value="Legend for entity tags:&lt;div&gt;&lt;ul&gt;&lt;li&gt;K8s: The entity has a definition as Kubernetes Custrom Resource Definition (CRD)&lt;/li&gt;&lt;li&gt;embeded: the entity is only available as substructure of another entity.&lt;/li&gt;&lt;li&gt;(none): The entity is availbable through the OpenAPI interface only.&lt;/li&gt;&lt;/ul&gt;&lt;/div&gt;" style="rounded=0;whiteSpace=wrap;html=1;align=left;spacingLeft=5;" vertex="1" parent="1">
                    <mxGeometry x="970" y="30" width="270" height="190" as="geometry"/>
                </mxCell>
            </root>
        </mxGraphModel>
    </diagram>
</mxfile>